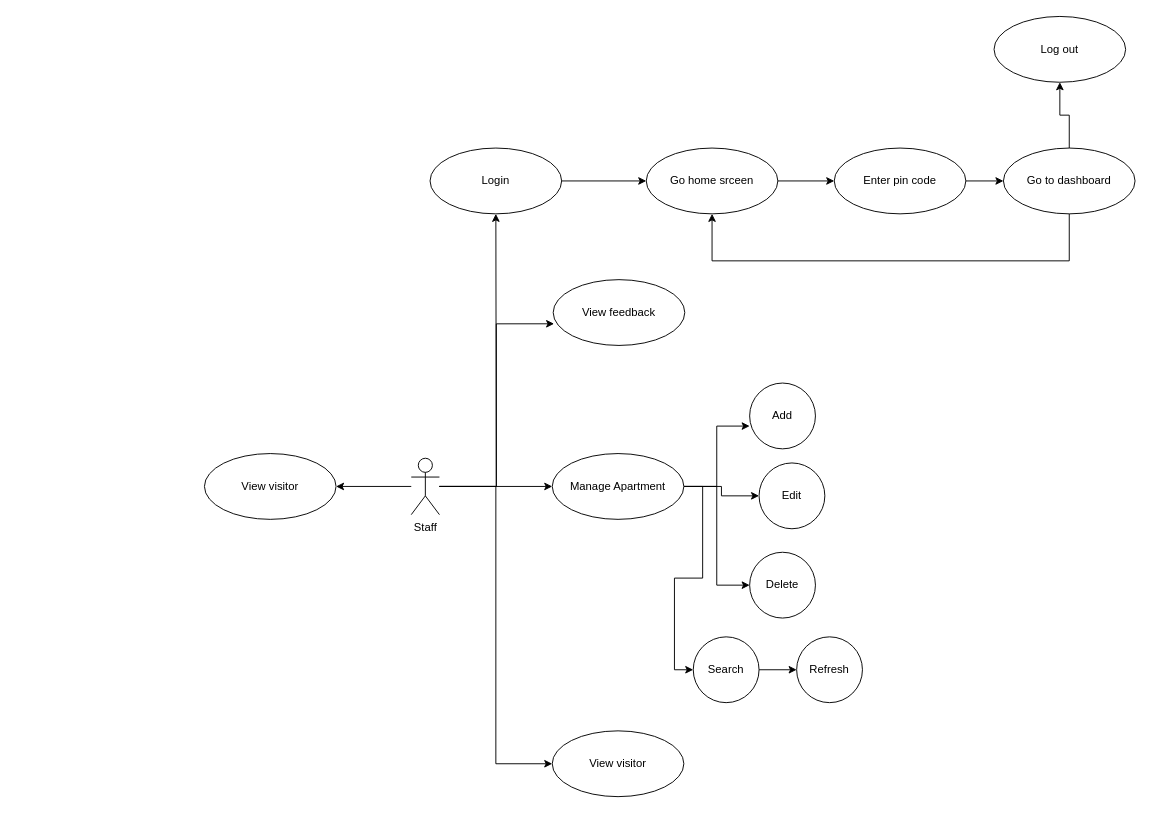
Earlier version of the draw.io diagram page "Page-1" (1 of 3) of diagram/usecase staff.drawio (duongminhthanh/app_system_management_visitor_for_old_aparment). Source tidied: cells renumbered, new cells numbered last; positions are measured from the earlier drawing's top-left corner, leaving out a move shared by most shapes. Both pictures are drawn from the tidied source at 94%, with x=0, y=0 at pixel (204, 16).
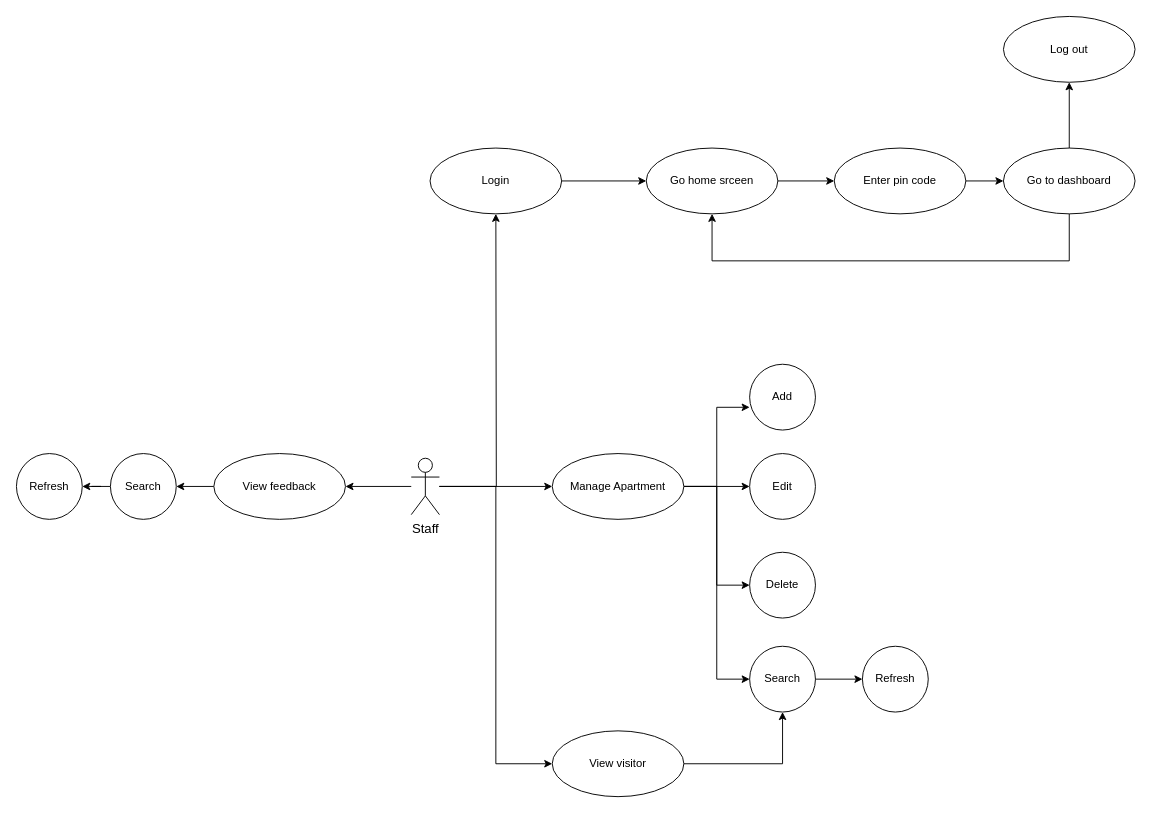
The same page after the edit.

Unchanged cells that the change refers to:
```xml
<mxCell id="19" value="View visitor" style="ellipse;whiteSpace=wrap;html=1;" parent="1" vertex="1">
  <mxGeometry x="370" y="760" width="140" height="70" as="geometry" />
</mxCell>
```

The edit, as a diff of the source:
```diff
@@
-    <mxCell id="2" style="edgeStyle=orthogonalEdgeStyle;rounded=0;jettySize=auto;html=1;entryX=0.007;entryY=0.671;entryDx=0;entryDy=0;entryPerimeter=0;" parent="1" edge="1" source="7" target="18">
-      <mxGeometry relative="1" as="geometry" />
-    </mxCell>
@@
-    <mxCell id="6" style="edgeStyle=orthogonalEdgeStyle;rounded=0;jettySize=auto;html=1;" parent="1" edge="1" source="7" target="27">
-      <mxGeometry relative="1" as="geometry" />
-    </mxCell>
+    <mxCell id="2" style="edgeStyle=orthogonalEdgeStyle;rounded=0;jettySize=auto;html=1;entryX=1;entryY=0.5;entryDx=0;entryDy=0;" parent="1" edge="1" source="7" target="18">
+      <mxGeometry relative="1" as="geometry" />
+    </mxCell>
-    <mxCell id="7" value="Staff" style="shape=umlActor;html=1;verticalLabelPosition=bottom;verticalAlign=top;align=center;" parent="1" vertex="1">
+    <mxCell id="7" value="Staff" style="shape=umlActor;html=1;verticalLabelPosition=bottom;verticalAlign=top;align=center;fontSize=14;" parent="1" vertex="1">
       <mxGeometry x="220" y="470" width="30" height="60" as="geometry" />
     </mxCell>
@@
     <mxCell id="13" value="Add" style="ellipse;whiteSpace=wrap;html=1;" parent="1" vertex="1">
-      <mxGeometry x="580" y="390" width="70" height="70" as="geometry" />
+      <mxGeometry x="580" y="370" width="70" height="70" as="geometry" />
     </mxCell>
     <mxCell id="14" value="Edit" style="ellipse;whiteSpace=wrap;html=1;" parent="1" vertex="1">
-      <mxGeometry x="590" y="475" width="70" height="70" as="geometry" />
+      <mxGeometry x="580" y="465" width="70" height="70" as="geometry" />
     </mxCell>
@@
     <mxCell id="17" value="Search" style="ellipse;whiteSpace=wrap;html=1;" parent="1" vertex="1">
-      <mxGeometry x="520" y="660" width="70" height="70" as="geometry" />
+      <mxGeometry x="580" y="670" width="70" height="70" as="geometry" />
     </mxCell>
+    <mxCell id="32" style="edgeStyle=orthogonalEdgeStyle;rounded=0;jettySize=auto;html=1;entryX=1;entryY=0.5;entryDx=0;entryDy=0;" parent="1" edge="1" source="18" target="35">
+      <mxGeometry relative="1" as="geometry" />
+    </mxCell>
     <mxCell id="18" value="View feedback" style="ellipse;whiteSpace=wrap;html=1;" parent="1" vertex="1">
-      <mxGeometry x="371" y="280" width="140" height="70" as="geometry" />
+      <mxGeometry x="10" y="465" width="140" height="70" as="geometry" />
     </mxCell>
+    <mxCell id="33" style="edgeStyle=orthogonalEdgeStyle;rounded=0;jettySize=auto;html=1;entryX=0.5;entryY=1;entryDx=0;entryDy=0;" parent="1" edge="1" source="19" target="17">
+      <mxGeometry relative="1" as="geometry" />
+    </mxCell>
@@
     <mxCell id="20" value="Refresh" style="ellipse;whiteSpace=wrap;html=1;" parent="1" vertex="1">
-      <mxGeometry x="630" y="660" width="70" height="70" as="geometry" />
+      <mxGeometry x="700" y="670" width="70" height="70" as="geometry" />
     </mxCell>
@@
-    <mxCell id="27" value="View visitor" style="ellipse;whiteSpace=wrap;html=1;" parent="1" vertex="1">
-      <mxGeometry y="465" width="140" height="70" as="geometry" />
-    </mxCell>
@@
     <mxCell id="31" value="Log out" style="ellipse;whiteSpace=wrap;html=1;" parent="1" vertex="1">
-      <mxGeometry x="840" width="140" height="70" as="geometry" />
+      <mxGeometry x="850" width="140" height="70" as="geometry" />
     </mxCell>
+    <mxCell id="34" style="edgeStyle=orthogonalEdgeStyle;rounded=0;jettySize=auto;html=1;" parent="1" edge="1" source="35" target="36">
+      <mxGeometry relative="1" as="geometry" />
+    </mxCell>
+    <mxCell id="35" value="Search" style="ellipse;whiteSpace=wrap;html=1;" parent="1" vertex="1">
+      <mxGeometry x="-100" y="465" width="70" height="70" as="geometry" />
+    </mxCell>
+    <mxCell id="36" value="Refresh" style="ellipse;whiteSpace=wrap;html=1;" parent="1" vertex="1">
+      <mxGeometry x="-200" y="465" width="70" height="70" as="geometry" />
+    </mxCell>
```
